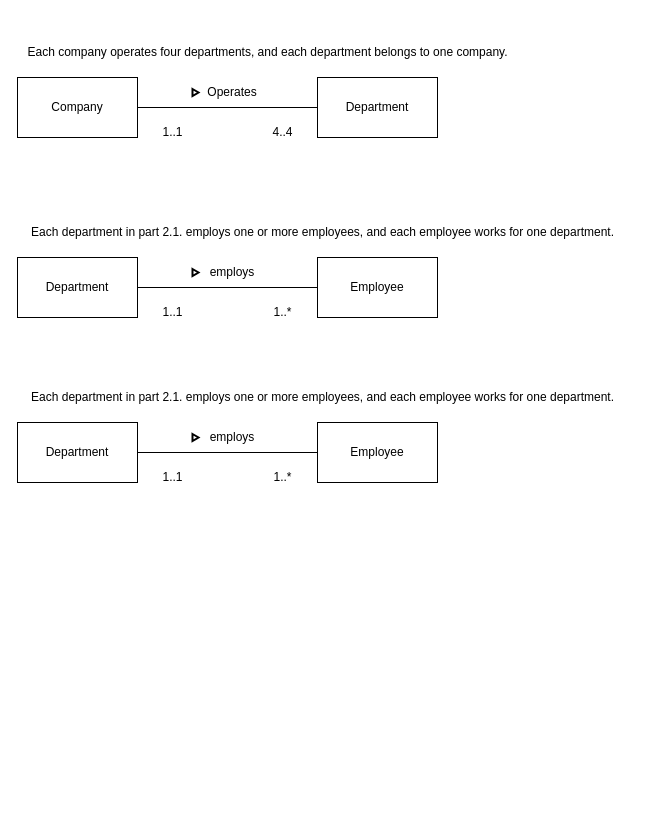
Above: Untitled Diagram.drawio in Rumeasiyan/database-systems-IIT-Sri-Lanka (draw.io), before the change. Source tidied: cells renumbered, new cells numbered last; positions are measured from the earlier drawing's top-left corner, leaving out a move shared by most shapes. Both pictures are drawn from the tidied source at 100%, with x=0, y=0 at pixel (17, 37).
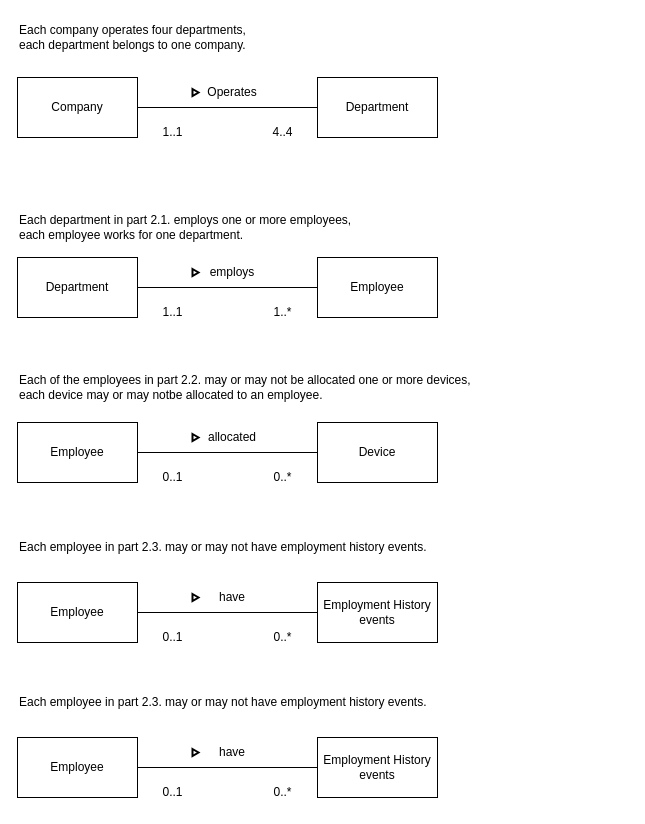
Above is the later version.

Change to the diagram source:
```diff
@@
-    <mxCell id="9" value="Each company operates four departments, and each department belongs to one company.&lt;br/&gt;" style="text;html=1;align=center;verticalAlign=middle;strokeColor=none;fillColor=none;" parent="1" vertex="1">
-      <mxGeometry width="500" height="30" as="geometry" />
+    <mxCell id="9" value="&lt;div style=&quot;&quot;&gt;&lt;span style=&quot;background-color: initial;&quot;&gt;Each company operates four departments,&lt;/span&gt;&lt;/div&gt;&lt;div style=&quot;&quot;&gt;&lt;span style=&quot;background-color: initial;&quot;&gt;each department belongs to one company.&lt;/span&gt;&lt;/div&gt;" style="text;html=1;align=left;verticalAlign=middle;strokeColor=none;fillColor=none;" parent="1" vertex="1">
+      <mxGeometry y="-20" width="250" height="40" as="geometry" />
     </mxCell>
@@
-    <mxCell id="17" value="Each department in part 2.1. employs one or more employees, and each employee works for one department." style="text;html=1;align=center;verticalAlign=middle;strokeColor=none;fillColor=none;" parent="1" vertex="1">
-      <mxGeometry y="180" width="610" height="30" as="geometry" />
+    <mxCell id="17" value="Each department in part 2.1. employs one or more employees,&lt;br&gt;each employee works for one department." style="text;html=1;align=left;verticalAlign=middle;strokeColor=none;fillColor=none;" parent="1" vertex="1">
+      <mxGeometry y="170" width="360" height="40" as="geometry" />
     </mxCell>
-    <mxCell id="18" value="Department" style="rounded=0;whiteSpace=wrap;html=1;" parent="1" vertex="1">
+    <mxCell id="18" value="Employee" style="rounded=0;whiteSpace=wrap;html=1;" parent="1" vertex="1">
       <mxGeometry y="385" width="120" height="60" as="geometry" />
     </mxCell>
-    <mxCell id="19" value="Employee" style="rounded=0;whiteSpace=wrap;html=1;" parent="1" vertex="1">
+    <mxCell id="19" value="Device" style="rounded=0;whiteSpace=wrap;html=1;" parent="1" vertex="1">
       <mxGeometry x="300" y="385" width="120" height="60" as="geometry" />
     </mxCell>
@@
-    <mxCell id="21" value="1..*" style="text;html=1;align=center;verticalAlign=middle;strokeColor=none;fillColor=none;" parent="1" vertex="1">
+    <mxCell id="21" value="0..*" style="text;html=1;align=center;verticalAlign=middle;strokeColor=none;fillColor=none;" parent="1" vertex="1">
       <mxGeometry x="245" y="425" width="40" height="30" as="geometry" />
     </mxCell>
-    <mxCell id="22" value="1..1" style="text;html=1;align=center;verticalAlign=middle;strokeColor=none;fillColor=none;" parent="1" vertex="1">
+    <mxCell id="22" value="0..1" style="text;html=1;align=center;verticalAlign=middle;strokeColor=none;fillColor=none;" parent="1" vertex="1">
       <mxGeometry x="135" y="425" width="40" height="30" as="geometry" />
     </mxCell>
-    <mxCell id="23" value="employs" style="text;html=1;strokeColor=none;fillColor=none;align=center;verticalAlign=middle;whiteSpace=wrap;rounded=0;" parent="1" vertex="1">
+    <mxCell id="23" value="allocated" style="text;html=1;strokeColor=none;fillColor=none;align=center;verticalAlign=middle;whiteSpace=wrap;rounded=0;" parent="1" vertex="1">
       <mxGeometry x="185" y="385" width="60" height="30" as="geometry" />
     </mxCell>
@@
-    <mxCell id="25" value="Each department in part 2.1. employs one or more employees, and each employee works for one department." style="text;html=1;align=center;verticalAlign=middle;strokeColor=none;fillColor=none;" parent="1" vertex="1">
-      <mxGeometry y="345" width="610" height="30" as="geometry" />
+    <mxCell id="25" value="Each of the employees in part 2.2. may or may not be allocated one or more devices,&lt;br&gt;each device may or may notbe allocated to an employee." style="text;html=1;align=left;verticalAlign=middle;strokeColor=none;fillColor=none;" parent="1" vertex="1">
+      <mxGeometry y="330" width="480" height="40" as="geometry" />
     </mxCell>
+    <mxCell id="26" value="Employee" style="rounded=0;whiteSpace=wrap;html=1;" parent="1" vertex="1">
+      <mxGeometry y="545" width="120" height="60" as="geometry" />
+    </mxCell>
+    <mxCell id="27" value="Employment History events" style="rounded=0;whiteSpace=wrap;html=1;" parent="1" vertex="1">
+      <mxGeometry x="300" y="545" width="120" height="60" as="geometry" />
+    </mxCell>
+    <mxCell id="28" style="endArrow=none;html=1;rounded=0;exitX=1;exitY=0.5;exitDx=0;exitDy=0;entryX=0;entryY=0.5;entryDx=0;entryDy=0;" parent="1" edge="1" source="26" target="27">
+      <mxGeometry relative="1" as="geometry" />
+    </mxCell>
+    <mxCell id="29" value="0..*" style="text;html=1;align=center;verticalAlign=middle;strokeColor=none;fillColor=none;" parent="1" vertex="1">
+      <mxGeometry x="245" y="585" width="40" height="30" as="geometry" />
+    </mxCell>
+    <mxCell id="30" value="0..1" style="text;html=1;align=center;verticalAlign=middle;strokeColor=none;fillColor=none;" parent="1" vertex="1">
+      <mxGeometry x="135" y="585" width="40" height="30" as="geometry" />
+    </mxCell>
+    <mxCell id="31" value="have" style="text;html=1;strokeColor=none;fillColor=none;align=center;verticalAlign=middle;whiteSpace=wrap;rounded=0;" parent="1" vertex="1">
+      <mxGeometry x="185" y="545" width="60" height="30" as="geometry" />
+    </mxCell>
+    <mxCell id="32" style="html=1;verticalLabelPosition=bottom;align=center;labelBackgroundColor=#ffffff;verticalAlign=top;strokeWidth=2;strokeColor=#000;shadow=0;dashed=0;shape=mxgraph.ios7.icons.play;" parent="1" vertex="1">
+      <mxGeometry x="175" y="556.5" width="6" height="7" as="geometry" />
+    </mxCell>
+    <mxCell id="33" value="Each employee in part 2.3. may or may not have employment history events.&amp;nbsp;" style="text;html=1;align=left;verticalAlign=middle;strokeColor=none;fillColor=none;" parent="1" vertex="1">
+      <mxGeometry y="495" width="430" height="30" as="geometry" />
+    </mxCell>
+    <mxCell id="34" value="Employee" style="rounded=0;whiteSpace=wrap;html=1;" parent="1" vertex="1">
+      <mxGeometry y="700" width="120" height="60" as="geometry" />
+    </mxCell>
+    <mxCell id="35" value="Employment History events" style="rounded=0;whiteSpace=wrap;html=1;" parent="1" vertex="1">
+      <mxGeometry x="300" y="700" width="120" height="60" as="geometry" />
+    </mxCell>
+    <mxCell id="36" style="endArrow=none;html=1;rounded=0;exitX=1;exitY=0.5;exitDx=0;exitDy=0;entryX=0;entryY=0.5;entryDx=0;entryDy=0;" parent="1" edge="1" source="34" target="35">
+      <mxGeometry relative="1" as="geometry" />
+    </mxCell>
+    <mxCell id="37" value="0..*" style="text;html=1;align=center;verticalAlign=middle;strokeColor=none;fillColor=none;" parent="1" vertex="1">
+      <mxGeometry x="245" y="740" width="40" height="30" as="geometry" />
+    </mxCell>
+    <mxCell id="38" value="0..1" style="text;html=1;align=center;verticalAlign=middle;strokeColor=none;fillColor=none;" parent="1" vertex="1">
+      <mxGeometry x="135" y="740" width="40" height="30" as="geometry" />
+    </mxCell>
+    <mxCell id="39" value="have" style="text;html=1;strokeColor=none;fillColor=none;align=center;verticalAlign=middle;whiteSpace=wrap;rounded=0;" parent="1" vertex="1">
+      <mxGeometry x="185" y="700" width="60" height="30" as="geometry" />
+    </mxCell>
+    <mxCell id="40" style="html=1;verticalLabelPosition=bottom;align=center;labelBackgroundColor=#ffffff;verticalAlign=top;strokeWidth=2;strokeColor=#000;shadow=0;dashed=0;shape=mxgraph.ios7.icons.play;" parent="1" vertex="1">
+      <mxGeometry x="175" y="711.5" width="6" height="7" as="geometry" />
+    </mxCell>
+    <mxCell id="41" value="Each employee in part 2.3. may or may not have employment history events.&amp;nbsp;" style="text;html=1;align=left;verticalAlign=middle;strokeColor=none;fillColor=none;" parent="1" vertex="1">
+      <mxGeometry y="650" width="430" height="30" as="geometry" />
+    </mxCell>
```
